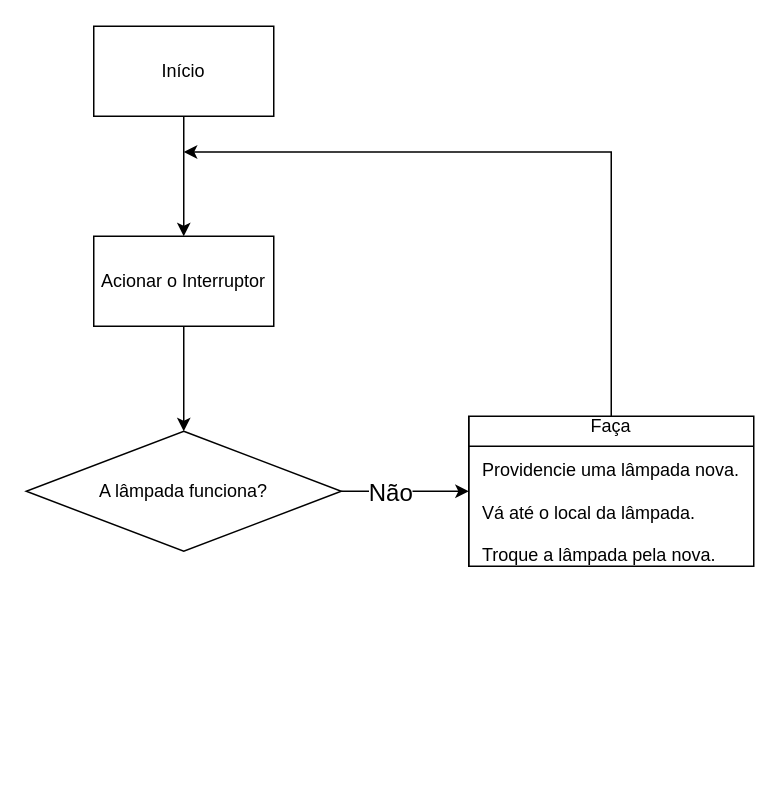
Above: 02-Lógica de Programação/Fluxograma/lampada.drawio in gfsilveira/ebac (draw.io), before the change. Source tidied: cells renumbered, new cells numbered last; positions are measured from the earlier drawing's top-left corner, leaving out a move shared by most shapes. Both pictures are drawn from the tidied source at 150%, with x=0, y=0 at pixel (26, 26).
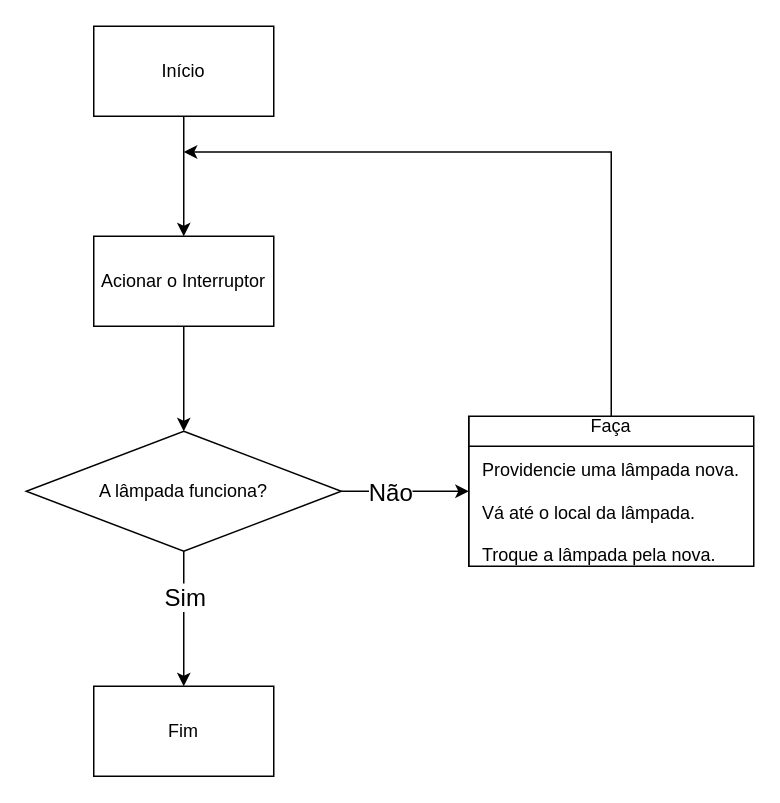
After the change.

What changed in the source:
```diff
@@
 <mxGraphModel>
   <root>
     <mxCell id="0" />
     <mxCell id="1" parent="0" />
     <mxCell id="2" style="edgeStyle=orthogonalEdgeStyle;rounded=0;jettySize=auto;html=1;" parent="1" edge="1" source="3" target="5">
       <mxGeometry relative="1" as="geometry" />
     </mxCell>
     <mxCell id="3" value="Início" style="rounded=0;whiteSpace=wrap;html=1;" parent="1" vertex="1">
       <mxGeometry x="45" width="120" height="60" as="geometry" />
     </mxCell>
     <mxCell id="4" style="edgeStyle=orthogonalEdgeStyle;rounded=0;jettySize=auto;html=1;" parent="1" edge="1" source="5" target="8">
       <mxGeometry relative="1" as="geometry" />
     </mxCell>
     <mxCell id="5" value="Acionar o Interruptor" style="rounded=0;whiteSpace=wrap;html=1;" parent="1" vertex="1">
       <mxGeometry x="45" y="140" width="120" height="60" as="geometry" />
     </mxCell>
     <mxCell id="6" style="edgeStyle=orthogonalEdgeStyle;rounded=0;jettySize=auto;html=1;exitX=1;exitY=0.5;exitDx=0;exitDy=0;entryX=0;entryY=0.5;entryDx=0;entryDy=0;" parent="1" edge="1" source="8" target="10">
       <mxGeometry relative="1" as="geometry" />
     </mxCell>
     <mxCell id="7" value="Não" style="edgeLabel;html=1;align=center;verticalAlign=middle;fontSize=16;" parent="6" vertex="1">
       <mxGeometry x="0.57" y="-1" relative="1" as="geometry">
         <mxPoint x="-35" y="-1" as="offset" />
       </mxGeometry>
     </mxCell>
+    <mxCell id="11" style="edgeStyle=orthogonalEdgeStyle;rounded=0;jettySize=auto;html=1;" parent="1" edge="1" source="8" target="13">
+      <mxGeometry relative="1" as="geometry" />
+    </mxCell>
+    <mxCell id="12" value="Sim" style="edgeLabel;html=1;align=center;verticalAlign=middle;fontSize=16;" parent="11" vertex="1">
+      <mxGeometry x="-0.33" y="-3" relative="1" as="geometry">
+        <mxPoint x="3" as="offset" />
+      </mxGeometry>
+    </mxCell>
     <mxCell id="8" value="A lâmpada funciona?" style="rhombus;whiteSpace=wrap;html=1;rounded=0;" parent="1" vertex="1">
       <mxGeometry y="270" width="210" height="80" as="geometry" />
     </mxCell>
     <mxCell id="9" style="edgeStyle=orthogonalEdgeStyle;rounded=0;jettySize=auto;html=1;" parent="1" edge="1" source="10">
       <mxGeometry relative="1" as="geometry">
         <mxPoint x="105" y="83.8" as="targetPoint" />
         <Array as="points">
           <mxPoint x="390" y="84" />
         </Array>
       </mxGeometry>
     </mxCell>
     <mxCell id="10" value="Faça&lt;br&gt;&lt;br&gt;&lt;div style=&quot;text-align: left;&quot;&gt;&lt;span style=&quot;background-color: initial;&quot;&gt;Providencie uma lâmpada nova.&lt;/span&gt;&lt;/div&gt;&lt;div style=&quot;text-align: left;&quot;&gt;&lt;br&gt;&lt;/div&gt;&lt;div style=&quot;text-align: left;&quot;&gt;&lt;span style=&quot;background-color: initial;&quot;&gt;Vá até o local da lâmpada.&lt;/span&gt;&lt;/div&gt;&lt;div style=&quot;text-align: left;&quot;&gt;&lt;br&gt;&lt;/div&gt;&lt;div style=&quot;text-align: left;&quot;&gt;&lt;span style=&quot;background-color: initial;&quot;&gt;Troque a lâmpada pela nova.&lt;/span&gt;&lt;/div&gt;" style="shape=internalStorage;whiteSpace=wrap;html=1;backgroundOutline=1;dx=0;dy=20;" parent="1" vertex="1">
       <mxGeometry x="295" y="260" width="190" height="100" as="geometry" />
     </mxCell>
+    <mxCell id="13" value="Fim" style="whiteSpace=wrap;html=1;rounded=0;" parent="1" vertex="1">
+      <mxGeometry x="45" y="440" width="120" height="60" as="geometry" />
+    </mxCell>
   </root>
 </mxGraphModel>
```
